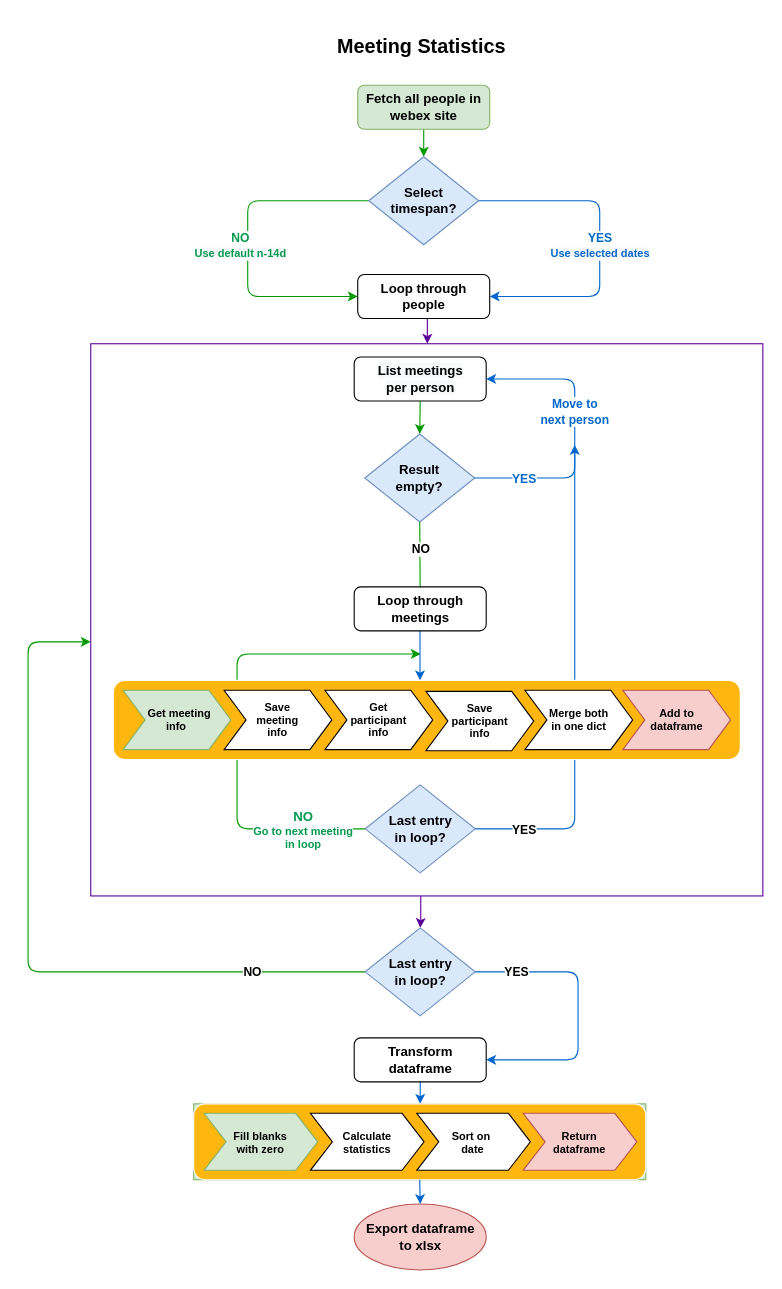
Before: meeting_info.drawio in dwelfusius/eindwerk, a draw.io diagram. Source tidied: cells renumbered, new cells numbered last; positions are measured from the earlier drawing's top-left corner, leaving out a move shared by most shapes. Both pictures are drawn from the tidied source at 110%, with x=0, y=0 at pixel (28, 19).
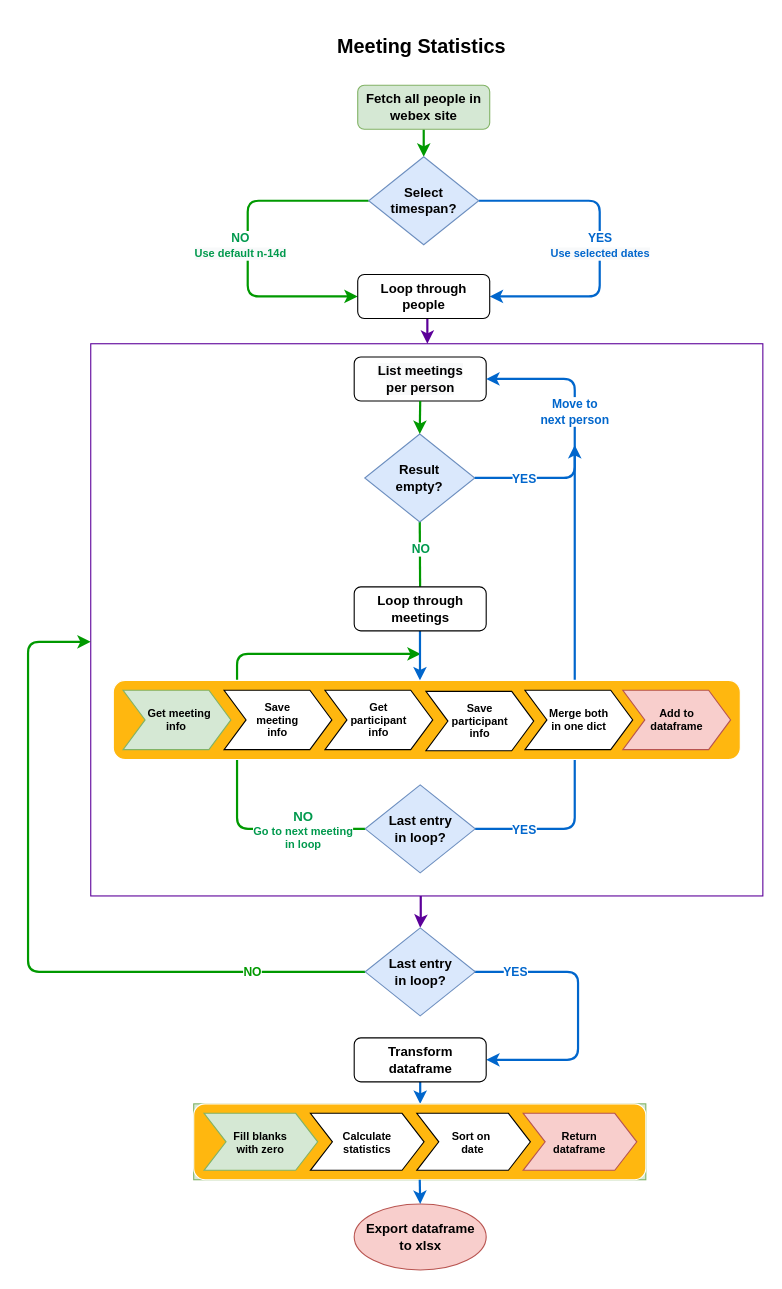
The same diagram, later.

The change refers to these unchanged cells:
```xml
<mxCell id="3" style="rounded=0;whiteSpace=wrap;html=1;shadow=0;strokeColor=#5C0099;fillColor=#FFFFFF;fontStyle=1;" parent="1" vertex="1">
  <mxGeometry x="57" y="295" width="611" height="502" as="geometry" />
</mxCell>
<mxCell id="5" value="Fetch all people in webex site" style="rounded=1;whiteSpace=wrap;html=1;fontSize=12;glass=0;strokeWidth=1;shadow=0;fontStyle=1;fillColor=#d5e8d4;strokeColor=#82b366;" parent="1" vertex="1">
  <mxGeometry x="299.7" y="60" width="120" height="40" as="geometry" />
</mxCell>
<mxCell id="11" value="Select&lt;br&gt;timespan?" style="rhombus;whiteSpace=wrap;html=1;fontStyle=1;fillColor=#dae8fc;strokeColor=#6c8ebf;" parent="1" vertex="1">
  <mxGeometry x="309.7" y="125" width="100" height="80" as="geometry" />
</mxCell>
<mxCell id="13" value="Loop through people" style="rounded=1;whiteSpace=wrap;html=1;fontSize=12;glass=0;strokeWidth=1;shadow=0;fontStyle=1;" parent="1" vertex="1">
  <mxGeometry x="299.7" y="232" width="120" height="40" as="geometry" />
</mxCell>
<mxCell id="17" value="Last entry&lt;br&gt;in loop?" style="rhombus;whiteSpace=wrap;html=1;fontStyle=1;fillColor=#dae8fc;strokeColor=#6c8ebf;" parent="1" vertex="1">
  <mxGeometry x="306.5" y="826" width="100" height="80" as="geometry" />
</mxCell>
<mxCell id="18" value="&lt;span style=&quot;color: rgb(0, 0, 0); font-family: helvetica; font-size: 12px; font-style: normal; letter-spacing: normal; text-align: center; text-indent: 0px; text-transform: none; word-spacing: 0px; background-color: rgb(248, 249, 250); display: inline; float: none;&quot;&gt;List meetings&lt;/span&gt;&lt;br style=&quot;color: rgb(0, 0, 0); font-family: helvetica; font-size: 12px; font-style: normal; letter-spacing: normal; text-align: center; text-indent: 0px; text-transform: none; word-spacing: 0px; background-color: rgb(248, 249, 250);&quot;&gt;&lt;span style=&quot;color: rgb(0, 0, 0); font-family: helvetica; font-size: 12px; font-style: normal; letter-spacing: normal; text-align: center; text-indent: 0px; text-transform: none; word-spacing: 0px; background-color: rgb(248, 249, 250); display: inline; float: none;&quot;&gt;per person&lt;/span&gt;" style="rounded=1;whiteSpace=wrap;html=1;fontSize=12;glass=0;strokeWidth=1;shadow=0;fontStyle=1;" parent="1" vertex="1">
  <mxGeometry x="296.5" y="307" width="120" height="40" as="geometry" />
</mxCell>
<mxCell id="21" value="Result &lt;br&gt;empty?" style="rhombus;whiteSpace=wrap;html=1;fontStyle=1;fillColor=#dae8fc;strokeColor=#6c8ebf;" parent="1" vertex="1">
  <mxGeometry x="306.1" y="377" width="100" height="80" as="geometry" />
</mxCell>
<mxCell id="26" value="Last entry&lt;br&gt;in loop?" style="rhombus;whiteSpace=wrap;html=1;fontStyle=1;fillColor=#dae8fc;strokeColor=#6c8ebf;" parent="1" vertex="1">
  <mxGeometry x="306.5" y="696" width="100" height="80" as="geometry" />
</mxCell>
<mxCell id="29" value="&lt;font face=&quot;helvetica&quot;&gt;Transform &lt;br&gt;dataframe&lt;/font&gt;" style="rounded=1;whiteSpace=wrap;html=1;fontSize=12;glass=0;strokeWidth=1;shadow=0;fontStyle=1;" parent="1" vertex="1">
  <mxGeometry x="296.5" y="926" width="120" height="40" as="geometry" />
</mxCell>
<mxCell id="34" style="rounded=1;whiteSpace=wrap;html=1;shadow=0;strokeColor=#FFFFFF;fillColor=#FFB70F;fontStyle=1;" parent="33" vertex="1">
  <mxGeometry width="411" height="69" as="geometry" />
</mxCell>
<mxCell id="48" value="Export dataframe &lt;br&gt;to xlsx" style="ellipse;whiteSpace=wrap;html=1;shadow=0;strokeColor=#b85450;fillColor=#f8cecc;fontStyle=1;" parent="1" vertex="1">
  <mxGeometry x="296.5" y="1077" width="120" height="60" as="geometry" />
</mxCell>
```

Diff of the diagram source:
```diff
@@
-    <mxCell id="2" style="edgeStyle=orthogonalEdgeStyle;rounded=0;jettySize=auto;html=1;entryX=0.5;entryY=0;entryDx=0;entryDy=0;shadow=0;strokeColor=#5C0099;fillColor=#FFF700;fontStyle=1;" parent="1" edge="1" source="3" target="17">
+    <mxCell id="2" style="edgeStyle=orthogonalEdgeStyle;rounded=0;jettySize=auto;html=1;entryX=0.5;entryY=0;entryDx=0;entryDy=0;shadow=0;strokeColor=#5C0099;fillColor=#FFF700;fontStyle=1;strokeWidth=2;" parent="1" edge="1" source="3" target="17">
       <mxGeometry relative="1" as="geometry">
         <Array as="points">
           <mxPoint x="357" y="817" />
           <mxPoint x="357" y="817" />
         </Array>
       </mxGeometry>
     </mxCell>
@@
-    <mxCell id="4" style="edgeStyle=none;rounded=0;jettySize=auto;html=1;strokeColor=#009900;fontStyle=1;" parent="1" edge="1" source="5" target="11">
+    <mxCell id="4" style="edgeStyle=none;rounded=0;jettySize=auto;html=1;strokeColor=#009900;fontStyle=1;strokeWidth=2;" parent="1" edge="1" source="5" target="11">
       <mxGeometry relative="1" as="geometry" />
     </mxCell>
@@
-    <mxCell id="7" style="edgeStyle=orthogonalEdgeStyle;rounded=1;jettySize=auto;html=1;exitX=0;exitY=0.5;exitDx=0;exitDy=0;shadow=0;strokeColor=#009900;fillColor=#FFF700;fontStyle=1;" parent="1" edge="1" source="11" target="13">
+    <mxCell id="7" style="edgeStyle=orthogonalEdgeStyle;rounded=1;jettySize=auto;html=1;exitX=0;exitY=0.5;exitDx=0;exitDy=0;shadow=0;strokeColor=#009900;fillColor=#FFF700;fontStyle=1;strokeWidth=2;" parent="1" edge="1" source="11" target="13">
       <mxGeometry relative="1" as="geometry">
         <Array as="points">
           <mxPoint x="199.7" y="165" />
           <mxPoint x="199.7" y="252" />
         </Array>
       </mxGeometry>
     </mxCell>
@@
-    <mxCell id="9" style="edgeStyle=orthogonalEdgeStyle;rounded=1;jettySize=auto;html=1;exitX=1;exitY=0.5;exitDx=0;exitDy=0;entryX=1;entryY=0.5;entryDx=0;entryDy=0;strokeColor=#0066CC;fontStyle=1;" parent="1" edge="1" source="11" target="13">
+    <mxCell id="9" style="edgeStyle=orthogonalEdgeStyle;rounded=1;jettySize=auto;html=1;exitX=1;exitY=0.5;exitDx=0;exitDy=0;entryX=1;entryY=0.5;entryDx=0;entryDy=0;strokeColor=#0066CC;fontStyle=1;strokeWidth=2;" parent="1" edge="1" source="11" target="13">
       <mxGeometry relative="1" as="geometry">
         <Array as="points">
           <mxPoint x="519.7" y="165" />
           <mxPoint x="519.7" y="252" />
         </Array>
       </mxGeometry>
     </mxCell>
@@
-    <mxCell id="12" style="edgeStyle=orthogonalEdgeStyle;rounded=0;orthogonalLoop=1;jettySize=auto;html=1;entryX=0.5;entryY=0;entryDx=0;entryDy=0;shadow=0;strokeColor=#5C0099;fillColor=#FFF700;fontStyle=1;" parent="1" edge="1">
+    <mxCell id="12" style="edgeStyle=orthogonalEdgeStyle;rounded=0;orthogonalLoop=1;jettySize=auto;html=1;entryX=0.5;entryY=0;entryDx=0;entryDy=0;shadow=0;strokeColor=#5C0099;fillColor=#FFF700;fontStyle=1;strokeWidth=2;" parent="1" edge="1">
       <mxGeometry relative="1" as="geometry">
         <mxPoint x="363" y="269" as="sourcePoint" />
         <mxPoint x="363" y="295" as="targetPoint" />
         <Array as="points">
           <mxPoint x="363.5" y="269" />
         </Array>
       </mxGeometry>
     </mxCell>
@@
-    <mxCell id="14" style="edgeStyle=orthogonalEdgeStyle;rounded=1;jettySize=auto;html=1;exitX=0;exitY=0.5;exitDx=0;exitDy=0;shadow=0;strokeColor=#009900;fillColor=#FFF700;fontStyle=1;" parent="1" edge="1" source="17" target="3">
+    <mxCell id="14" style="edgeStyle=orthogonalEdgeStyle;rounded=1;jettySize=auto;html=1;exitX=0;exitY=0.5;exitDx=0;exitDy=0;shadow=0;strokeColor=#009900;fillColor=#FFF700;fontStyle=1;strokeWidth=2;" parent="1" edge="1" source="17" target="3">
       <mxGeometry relative="1" as="geometry">
         <Array as="points">
           <mxPoint y="866" />
           <mxPoint y="566" />
         </Array>
       </mxGeometry>
     </mxCell>
-    <mxCell id="15" value="NO" style="edgeLabel;html=1;align=center;verticalAlign=middle;fontStyle=1;" parent="14" vertex="1">
+    <mxCell id="15" value="NO" style="edgeLabel;html=1;align=center;verticalAlign=middle;fontStyle=1;fontColor=#009900;" parent="14" vertex="1">
       <mxGeometry x="-0.69" y="-1" relative="1" as="geometry" />
     </mxCell>
-    <mxCell id="16" value="YES" style="edgeStyle=orthogonalEdgeStyle;rounded=1;jettySize=auto;html=1;shadow=0;strokeColor=#0066CC;fillColor=#FFF700;exitX=0.935;exitY=0.5;exitDx=0;exitDy=0;exitPerimeter=0;entryX=1;entryY=0.5;entryDx=0;entryDy=0;fontStyle=1;" parent="1" edge="1" source="17" target="29">
+    <mxCell id="16" value="&lt;font color=&quot;#0066CC&quot;&gt;YES&lt;/font&gt;" style="edgeStyle=orthogonalEdgeStyle;rounded=1;jettySize=auto;html=1;shadow=0;strokeColor=#0066CC;fillColor=#FFF700;exitX=0.935;exitY=0.5;exitDx=0;exitDy=0;exitPerimeter=0;entryX=1;entryY=0.5;entryDx=0;entryDy=0;fontStyle=1;strokeWidth=2;" parent="1" edge="1" source="17" target="29">
       <mxGeometry x="-0.67" relative="1" as="geometry">
         <Array as="points">
           <mxPoint x="500" y="866" />
           <mxPoint x="500" y="946" />
         </Array>
-        <mxPoint x="1" as="offset" />
       </mxGeometry>
     </mxCell>
@@
-    <mxCell id="19" style="edgeStyle=none;rounded=0;jettySize=auto;html=1;exitX=0.5;exitY=1;exitDx=0;exitDy=0;strokeColor=#009900;fontStyle=1;" parent="1" edge="1" source="21">
+    <mxCell id="19" style="edgeStyle=none;rounded=0;jettySize=auto;html=1;exitX=0.5;exitY=1;exitDx=0;exitDy=0;strokeColor=#009900;fontStyle=1;strokeWidth=2;" parent="1" edge="1" source="21">
       <mxGeometry x="106.5" y="293" as="geometry">
         <mxPoint x="356.5" y="530" as="targetPoint" />
       </mxGeometry>
     </mxCell>
-    <mxCell id="20" value="NO" style="edgeLabel;html=1;align=center;verticalAlign=middle;strokeColor=#009900;fontStyle=1;" parent="19" vertex="1">
+    <mxCell id="20" value="NO" style="edgeLabel;html=1;align=center;verticalAlign=middle;strokeColor=#009900;fontStyle=1;fontColor=#00994D;" parent="19" vertex="1">
       <mxGeometry x="-0.63" y="5" relative="1" as="geometry">
         <mxPoint x="-5" y="11" as="offset" />
       </mxGeometry>
     </mxCell>
@@
-    <mxCell id="22" style="edgeStyle=none;rounded=0;jettySize=auto;html=1;exitX=0.5;exitY=1;exitDx=0;exitDy=0;entryX=0.5;entryY=0;entryDx=0;entryDy=0;strokeColor=#009900;fontStyle=1;" parent="1" edge="1" source="18" target="21">
+    <mxCell id="22" style="edgeStyle=none;rounded=0;jettySize=auto;html=1;exitX=0.5;exitY=1;exitDx=0;exitDy=0;entryX=0.5;entryY=0;entryDx=0;entryDy=0;strokeColor=#009900;fontStyle=1;strokeWidth=2;" parent="1" edge="1" source="18" target="21">
       <mxGeometry x="106.5" y="293" as="geometry" />
     </mxCell>
-    <mxCell id="23" style="edgeStyle=none;rounded=0;orthogonalLoop=1;jettySize=auto;html=1;entryX=0;entryY=0.5;entryDx=0;entryDy=0;fontStyle=1;" parent="1" edge="1" source="21" target="21">
+    <mxCell id="23" style="edgeStyle=none;rounded=0;orthogonalLoop=1;jettySize=auto;html=1;entryX=0;entryY=0.5;entryDx=0;entryDy=0;fontStyle=1;strokeWidth=2;" parent="1" edge="1" source="21" target="21">
       <mxGeometry x="106.5" y="293" as="geometry" />
     </mxCell>
-    <mxCell id="24" style="edgeStyle=orthogonalEdgeStyle;rounded=1;jettySize=auto;html=1;exitX=0;exitY=0.5;exitDx=0;exitDy=0;shadow=0;strokeColor=#009900;fillColor=#FFF700;fontStyle=1;" parent="1" edge="1" source="26">
+    <mxCell id="24" style="edgeStyle=orthogonalEdgeStyle;rounded=1;jettySize=auto;html=1;exitX=0;exitY=0.5;exitDx=0;exitDy=0;shadow=0;strokeColor=#009900;fillColor=#FFF700;fontStyle=1;strokeWidth=2;" parent="1" edge="1" source="26">
       <mxGeometry x="106.5" y="293" as="geometry">
         <mxPoint x="357" y="577" as="targetPoint" />
         <Array as="points">
           <mxPoint x="190" y="736" />
           <mxPoint x="190" y="577" />
           <mxPoint x="340" y="577" />
         </Array>
       </mxGeometry>
     </mxCell>
@@
-    <mxCell id="27" value="&lt;font color=&quot;#0066CC&quot;&gt;Move to &lt;br&gt;next person&lt;/font&gt;" style="edgeStyle=orthogonalEdgeStyle;rounded=1;jettySize=auto;html=1;fillColor=#FFF700;strokeColor=#0066CC;shadow=0;exitX=1;exitY=0.5;exitDx=0;exitDy=0;fontStyle=1;" parent="1" edge="1" source="21">
+    <mxCell id="27" value="&lt;font color=&quot;#0066CC&quot;&gt;Move to &lt;br&gt;next person&lt;/font&gt;" style="edgeStyle=orthogonalEdgeStyle;rounded=1;jettySize=auto;html=1;fillColor=#FFF700;strokeColor=#0066CC;shadow=0;exitX=1;exitY=0.5;exitDx=0;exitDy=0;fontStyle=1;strokeWidth=2;" parent="1" edge="1" source="21">
       <mxGeometry as="geometry">
         <mxPoint x="416.5" y="327" as="targetPoint" />
         <Array as="points">
           <mxPoint x="497" y="417" />
           <mxPoint x="497" y="327" />
         </Array>
         <mxPoint x="86" y="-15" as="offset" />
       </mxGeometry>
     </mxCell>
-    <mxCell id="28" style="edgeStyle=orthogonalEdgeStyle;rounded=0;jettySize=auto;html=1;entryX=0.5;entryY=0;entryDx=0;entryDy=0;shadow=0;strokeColor=#0066CC;fillColor=#FFF700;fontStyle=1;" parent="1" edge="1" source="29" target="34">
+    <mxCell id="28" style="edgeStyle=orthogonalEdgeStyle;rounded=0;jettySize=auto;html=1;entryX=0.5;entryY=0;entryDx=0;entryDy=0;shadow=0;strokeColor=#0066CC;fillColor=#FFF700;fontStyle=1;strokeWidth=2;" parent="1" edge="1" source="29" target="34">
       <mxGeometry relative="1" as="geometry" />
     </mxCell>
@@
-    <mxCell id="30" style="edgeStyle=orthogonalEdgeStyle;rounded=1;jettySize=auto;html=1;exitX=1;exitY=0.5;exitDx=0;exitDy=0;fillColor=#FFF700;strokeColor=#0066CC;fontStyle=1;" parent="1" edge="1" source="26">
+    <mxCell id="30" style="edgeStyle=orthogonalEdgeStyle;rounded=1;jettySize=auto;html=1;exitX=1;exitY=0.5;exitDx=0;exitDy=0;fillColor=#FFF700;strokeColor=#0066CC;fontStyle=1;strokeWidth=2;" parent="1" edge="1" source="26">
       <mxGeometry x="106.5" y="293" as="geometry">
         <mxPoint x="497" y="387" as="targetPoint" />
         <Array as="points">
           <mxPoint x="497" y="736" />
         </Array>
       </mxGeometry>
     </mxCell>
-    <mxCell id="31" value="YES" style="edgeLabel;html=1;align=center;verticalAlign=middle;fontStyle=1;" parent="30" vertex="1">
+    <mxCell id="31" value="YES" style="edgeLabel;html=1;align=center;verticalAlign=middle;fontStyle=1;fontColor=#0066CC;" parent="30" vertex="1">
       <mxGeometry x="-0.74" y="2" relative="1" as="geometry">
         <mxPoint x="-13" y="2" as="offset" />
       </mxGeometry>
     </mxCell>
@@
-    <mxCell id="46" style="edgeStyle=orthogonalEdgeStyle;rounded=0;orthogonalLoop=1;jettySize=auto;html=1;entryX=0.5;entryY=0;entryDx=0;entryDy=0;shadow=0;strokeColor=#0066CC;fillColor=#FFF700;fontStyle=1;" parent="1" edge="1">
+    <mxCell id="46" style="edgeStyle=orthogonalEdgeStyle;rounded=0;orthogonalLoop=1;jettySize=auto;html=1;entryX=0.5;entryY=0;entryDx=0;entryDy=0;shadow=0;strokeColor=#0066CC;fillColor=#FFF700;fontStyle=1;strokeWidth=2;" parent="1" edge="1">
       <mxGeometry relative="1" as="geometry">
         <mxPoint x="356.3" y="556" as="sourcePoint" />
         <mxPoint x="356.3" y="601" as="targetPoint" />
         <Array as="points">
           <mxPoint x="356.8" y="556" />
         </Array>
       </mxGeometry>
     </mxCell>
@@
-    <mxCell id="49" style="edgeStyle=orthogonalEdgeStyle;rounded=0;jettySize=auto;html=1;exitX=0.5;exitY=1;exitDx=0;exitDy=0;entryX=0.5;entryY=0;entryDx=0;entryDy=0;shadow=0;strokeColor=#0066CC;fillColor=#FFF700;fontStyle=1;" parent="1" edge="1" source="34" target="48">
+    <mxCell id="49" style="edgeStyle=orthogonalEdgeStyle;rounded=0;jettySize=auto;html=1;exitX=0.5;exitY=1;exitDx=0;exitDy=0;entryX=0.5;entryY=0;entryDx=0;entryDy=0;shadow=0;strokeColor=#0066CC;fillColor=#FFF700;fontStyle=1;strokeWidth=2;" parent="1" edge="1" source="34" target="48">
       <mxGeometry relative="1" as="geometry" />
     </mxCell>
```
